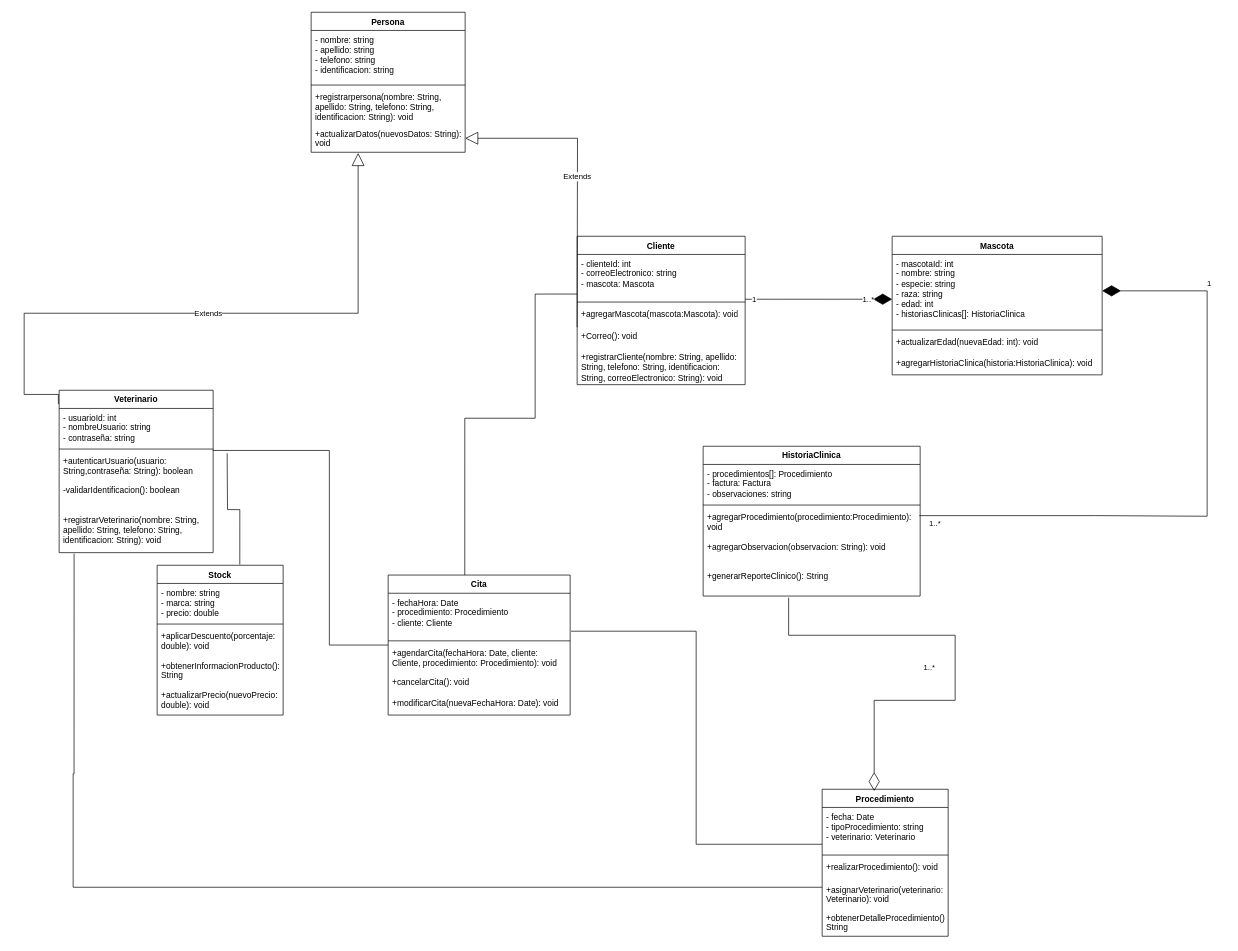
This is vetApp.drawio from maicols04/claseEstructura, a draw.io file, before an edit. Source tidied: cells renumbered, new cells numbered last; positions are measured from the earlier drawing's top-left corner, leaving out a move shared by most shapes. Both pictures are drawn from the tidied source at 70%, with x=0, y=0 at pixel (24, 12).
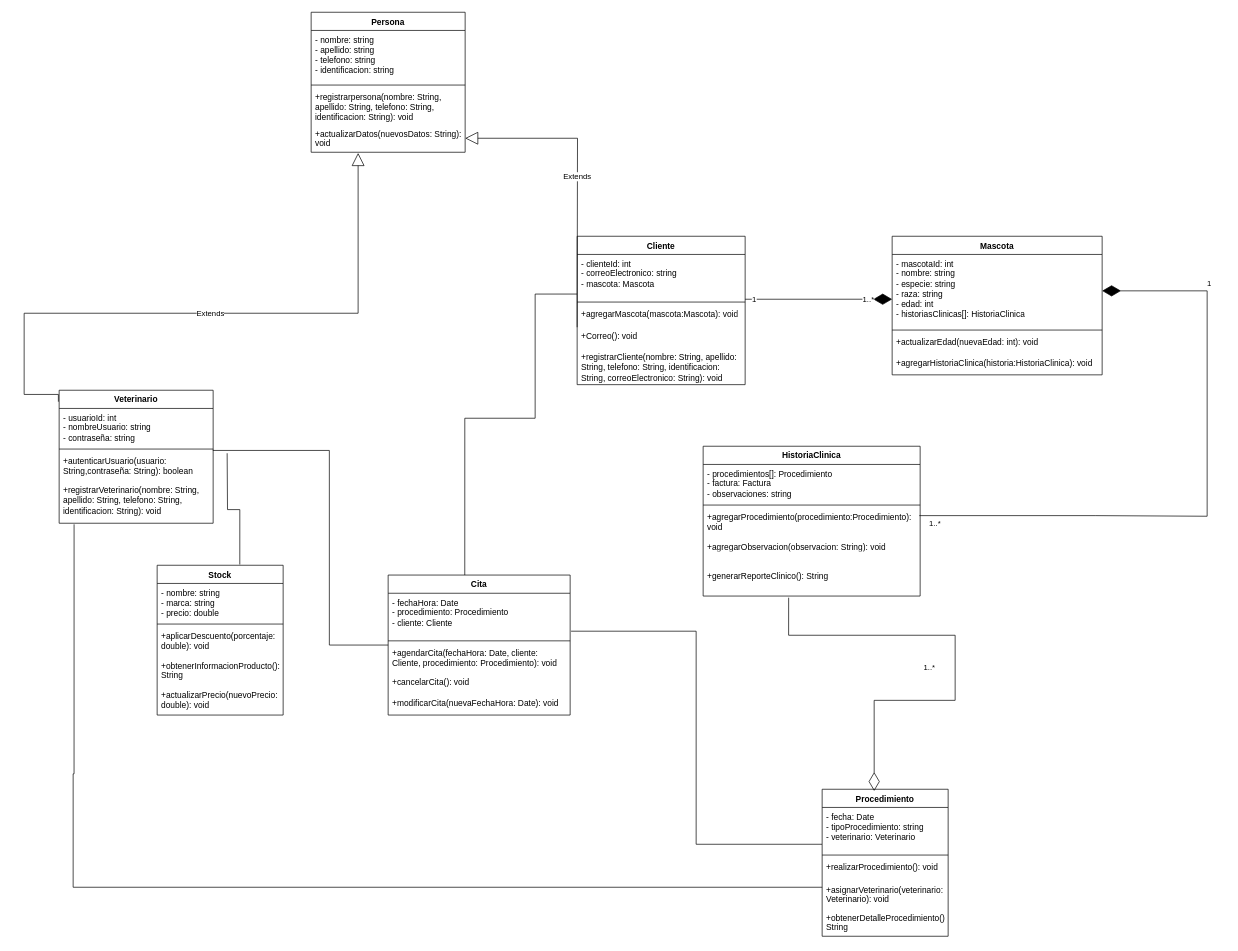
The same page after the edit.

Commit message:
Actualizacion luismi  vetApp.drawio

Diff of the diagram source:
```diff
@@
     <mxCell id="13" value="Veterinario" style="swimlane;fontStyle=1;align=center;verticalAlign=top;horizontal=1;startSize=26;whiteSpace=wrap;html=1;" parent="1" vertex="1">
-      <mxGeometry x="50" y="540" width="220" height="232" as="geometry" />
+      <mxGeometry x="50" y="540" width="220" height="190" as="geometry" />
     </mxCell>
@@
-    <mxCell id="17" value="-validarIdentificacion(): boolean" style="text;strokeColor=none;fillColor=none;align=left;verticalAlign=top;spacingLeft=4;spacingRight=4;overflow=hidden;whiteSpace=wrap;html=1;" parent="13" vertex="1">
-      <mxGeometry y="130" width="220" height="42" as="geometry" />
-    </mxCell>
     <mxCell id="18" value="+registrarVeterinario(nombre: String, apellido: String, telefono: String, identificacion: String): void" style="text;strokeColor=none;fillColor=none;align=left;verticalAlign=top;spacingLeft=4;spacingRight=4;overflow=hidden;points=[[0,0.5],[1,0.5]];portConstraint=eastwest;whiteSpace=wrap;html=1;" parent="13" vertex="1">
-      <mxGeometry y="172" width="220" height="60" as="geometry" />
+      <mxGeometry y="130" width="220" height="60" as="geometry" />
     </mxCell>
```
